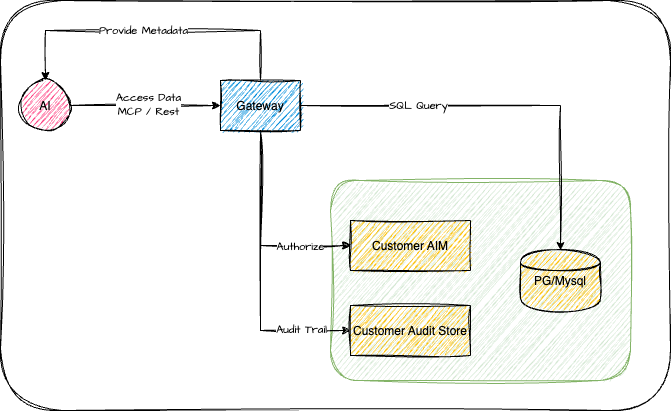
Before: assets/diagram.png, a diagram exported from draw.io (im360john/gateway). Source tidied: cells renumbered, new cells last; positions are measured from the earlier drawing's top-left corner, leaving out a move shared by most shapes.
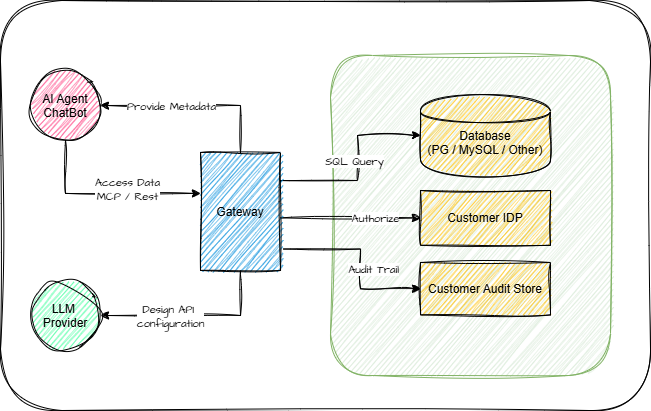
Above is the later version.

Diff of the diagram source:
```diff
@@ -3,68 +3,98 @@
     <mxCell id="0" />
     <mxCell id="1" parent="0" />
     <mxCell id="2" style="rounded=1;whiteSpace=wrap;html=1;sketch=1;hachureGap=4;jiggle=2;curveFitting=1;fontFamily=Architects Daughter;fontSource=https%3A%2F%2Ffonts.googleapis.com%2Fcss%3Ffamily%3DArchitects%2BDaughter;" parent="1" vertex="1">
-      <mxGeometry width="670" height="410" as="geometry" />
+      <mxGeometry x="10" width="650" height="410" as="geometry" />
     </mxCell>
     <mxCell id="3" style="rounded=1;fillColor=#d5e8d4;strokeColor=#82b366;sketch=1;curveFitting=1;jiggle=2;" parent="1" vertex="1">
-      <mxGeometry x="330" y="180" width="300" height="200" as="geometry" />
+      <mxGeometry x="340" y="55" width="280" height="320" as="geometry" />
     </mxCell>
     <mxCell id="4" value="Customer Audit Store" style="shape=rectangle;fillColor=#FFC107;strokeColor=black;sketch=1;curveFitting=1;jiggle=2;" parent="3" vertex="1">
-      <mxGeometry x="20" y="125" width="120" height="50" as="geometry" />
+      <mxGeometry x="90" y="207" width="130" height="52.4" as="geometry" />
     </mxCell>
-    <mxCell id="5" value="PG/Mysql" style="shape=cylinder;fillColor=#FFC107;strokeColor=black;sketch=1;curveFitting=1;jiggle=2;" parent="3" vertex="1">
-      <mxGeometry x="190" y="70" width="80" height="60" as="geometry" />
+    <mxCell id="5" value="&#10;Database&#10;(PG / MySQL / Other)" style="shape=cylinder;fillColor=#FFC107;strokeColor=black;sketch=1;curveFitting=1;jiggle=2;" parent="3" vertex="1">
+      <mxGeometry x="90" y="40" width="130" height="80" as="geometry" />
     </mxCell>
-    <mxCell id="6" value="Customer AIM" style="shape=rectangle;fillColor=#FFC107;strokeColor=black;sketch=1;curveFitting=1;jiggle=2;" parent="3" vertex="1">
-      <mxGeometry x="20" y="40" width="120" height="50" as="geometry" />
+    <mxCell id="6" value="Customer IDP" style="shape=rectangle;fillColor=#FFC107;strokeColor=black;sketch=1;curveFitting=1;jiggle=2;" parent="3" vertex="1">
+      <mxGeometry x="90" y="135" width="130" height="54.8" as="geometry" />
     </mxCell>
-    <mxCell id="7" style="edgeStyle=orthogonalEdgeStyle;rounded=0;jettySize=auto;html=1;entryX=0.5;entryY=0;entryDx=0;entryDy=0;sketch=1;curveFitting=1;jiggle=2;" parent="1" edge="1" source="13" target="5">
-      <mxGeometry relative="1" as="geometry" />
+    <mxCell id="7" style="edgeStyle=orthogonalEdgeStyle;rounded=0;jettySize=auto;html=1;entryX=0;entryY=0.5;entryDx=0;entryDy=0;sketch=1;curveFitting=1;jiggle=2;exitX=1;exitY=0.25;exitDx=0;exitDy=0;" parent="1" edge="1" source="13" target="5">
+      <mxGeometry relative="1" as="geometry">
+        <Array as="points">
+          <mxPoint x="367" y="180" />
+          <mxPoint x="367" y="135" />
+        </Array>
+      </mxGeometry>
     </mxCell>
     <mxCell id="8" value="SQL Query" style="edgeLabel;html=1;align=center;verticalAlign=middle;sketch=1;hachureGap=4;jiggle=2;curveFitting=1;fontFamily=Architects Daughter;fontSource=https%3A%2F%2Ffonts.googleapis.com%2Fcss%3Ffamily%3DArchitects%2BDaughter;" parent="7" vertex="1">
-      <mxGeometry x="-0.42" y="1" relative="1" as="geometry" />
+      <mxGeometry x="-0.42" y="1" relative="1" as="geometry">
+        <mxPoint x="21" y="-19" as="offset" />
+      </mxGeometry>
     </mxCell>
-    <mxCell id="9" style="edgeStyle=orthogonalEdgeStyle;rounded=0;jettySize=auto;html=1;entryX=0;entryY=0.5;entryDx=0;entryDy=0;sketch=1;curveFitting=1;jiggle=2;" parent="1" edge="1" source="13" target="4">
-      <mxGeometry relative="1" as="geometry">
-        <Array as="points">
-          <mxPoint x="260" y="330" />
-        </Array>
-      </mxGeometry>
-    </mxCell>
-    <mxCell id="10" value="Audit Trail" style="edgeLabel;html=1;align=center;verticalAlign=middle;sketch=1;hachureGap=4;jiggle=2;curveFitting=1;fontFamily=Architects Daughter;fontSource=https%3A%2F%2Ffonts.googleapis.com%2Fcss%3Ffamily%3DArchitects%2BDaughter;" parent="9" vertex="1">
-      <mxGeometry x="0.66" y="2" relative="1" as="geometry" />
-    </mxCell>
-    <mxCell id="11" style="edgeStyle=orthogonalEdgeStyle;rounded=0;jettySize=auto;html=1;entryX=0;entryY=0.5;entryDx=0;entryDy=0;sketch=1;curveFitting=1;jiggle=2;" parent="1" edge="1" source="13" target="6">
+    <mxCell id="11" style="edgeStyle=orthogonalEdgeStyle;rounded=0;jettySize=auto;html=1;sketch=1;curveFitting=1;jiggle=2;entryX=0;entryY=0.5;entryDx=0;entryDy=0;" parent="1" edge="1" source="13" target="6">
       <mxGeometry relative="1" as="geometry">
         <Array as="points">
-          <mxPoint x="260" y="245" />
+          <mxPoint x="280" y="237" />
         </Array>
       </mxGeometry>
     </mxCell>
     <mxCell id="12" value="Authorize" style="edgeLabel;html=1;align=center;verticalAlign=middle;sketch=1;hachureGap=4;jiggle=2;curveFitting=1;fontFamily=Architects Daughter;fontSource=https%3A%2F%2Ffonts.googleapis.com%2Fcss%3Ffamily%3DArchitects%2BDaughter;" parent="11" vertex="1">
-      <mxGeometry x="0.5" relative="1" as="geometry" />
+      <mxGeometry x="0.5" relative="1" as="geometry">
+        <mxPoint x="-11" as="offset" />
+      </mxGeometry>
     </mxCell>
     <mxCell id="13" value="Gateway" style="shape=rectangle;fillColor=#008CDB;strokeColor=black;sketch=1;curveFitting=1;jiggle=2;" parent="1" vertex="1">
-      <mxGeometry x="220" y="80" width="80" height="50" as="geometry" />
+      <mxGeometry x="210" y="152" width="80" height="118" as="geometry" />
     </mxCell>
-    <mxCell id="14" style="edgeStyle=orthogonalEdgeStyle;rounded=0;sketch=1;hachureGap=4;jiggle=2;curveFitting=1;jettySize=auto;html=1;entryX=0;entryY=0.5;entryDx=0;entryDy=0;fontFamily=Architects Daughter;fontSource=https%3A%2F%2Ffonts.googleapis.com%2Fcss%3Ffamily%3DArchitects%2BDaughter;" parent="1" edge="1" source="16" target="13">
-      <mxGeometry relative="1" as="geometry" />
+    <mxCell id="14" style="edgeStyle=orthogonalEdgeStyle;rounded=0;sketch=1;hachureGap=4;jiggle=2;curveFitting=1;jettySize=auto;html=1;fontFamily=Architects Daughter;fontSource=https%3A%2F%2Ffonts.googleapis.com%2Fcss%3Ffamily%3DArchitects%2BDaughter;exitX=0.5;exitY=1;exitDx=0;exitDy=0;entryX=0;entryY=0.347;entryDx=0;entryDy=0;entryPerimeter=0;" parent="1" edge="1" source="16" target="13">
+      <mxGeometry relative="1" as="geometry">
+        <Array as="points">
+          <mxPoint x="75" y="193" />
+        </Array>
+      </mxGeometry>
     </mxCell>
     <mxCell id="15" value="Access Data&lt;br&gt;MCP / Rest" style="edgeLabel;html=1;align=center;verticalAlign=middle;sketch=1;hachureGap=4;jiggle=2;curveFitting=1;fontFamily=Architects Daughter;fontSource=https%3A%2F%2Ffonts.googleapis.com%2Fcss%3Ffamily%3DArchitects%2BDaughter;" parent="14" vertex="1">
-      <mxGeometry x="0.03" y="2" relative="1" as="geometry" />
+      <mxGeometry x="0.03" y="2" relative="1" as="geometry">
+        <mxPoint x="18" y="-2" as="offset" />
+      </mxGeometry>
     </mxCell>
-    <mxCell id="16" value="AI" style="shape=ellipse;fillColor=#FF4081;strokeColor=black;sketch=1;curveFitting=1;jiggle=2;" parent="1" vertex="1">
-      <mxGeometry x="20" y="80" width="50" height="50" as="geometry" />
+    <mxCell id="16" value="AI Agent&#10;ChatBot" style="shape=ellipse;fillColor=#FF4081;strokeColor=black;sketch=1;curveFitting=1;jiggle=2;" parent="1" vertex="1">
+      <mxGeometry x="40" y="70" width="70" height="70" as="geometry" />
     </mxCell>
-    <mxCell id="17" style="edgeStyle=orthogonalEdgeStyle;rounded=0;sketch=1;hachureGap=4;jiggle=2;curveFitting=1;jettySize=auto;html=1;entryX=0.5;entryY=0;entryDx=0;entryDy=0;fontFamily=Architects Daughter;fontSource=https%3A%2F%2Ffonts.googleapis.com%2Fcss%3Ffamily%3DArchitects%2BDaughter;" parent="1" edge="1" source="13" target="16">
+    <mxCell id="17" style="edgeStyle=orthogonalEdgeStyle;rounded=0;sketch=1;hachureGap=4;jiggle=2;curveFitting=1;jettySize=auto;html=1;entryX=1;entryY=0.5;entryDx=0;entryDy=0;fontFamily=Architects Daughter;fontSource=https%3A%2F%2Ffonts.googleapis.com%2Fcss%3Ffamily%3DArchitects%2BDaughter;exitX=0.5;exitY=0;exitDx=0;exitDy=0;" parent="1" edge="1" source="13" target="16">
       <mxGeometry relative="1" as="geometry">
         <Array as="points">
-          <mxPoint x="260" y="30" />
-          <mxPoint x="45" y="30" />
+          <mxPoint x="250" y="105" />
         </Array>
       </mxGeometry>
     </mxCell>
     <mxCell id="18" value="Provide Metadata" style="edgeLabel;html=1;align=center;verticalAlign=middle;sketch=1;hachureGap=4;jiggle=2;curveFitting=1;fontFamily=Architects Daughter;fontSource=https%3A%2F%2Ffonts.googleapis.com%2Fcss%3Ffamily%3DArchitects%2BDaughter;" parent="17" vertex="1">
-      <mxGeometry x="0.07" y="-1" relative="1" as="geometry" />
+      <mxGeometry x="0.07" y="-1" relative="1" as="geometry">
+        <mxPoint x="-17" y="1" as="offset" />
+      </mxGeometry>
     </mxCell>
+    <mxCell id="19" value="LLM &#10;Provider" style="shape=ellipse;fillColor=#40ff9c;strokeColor=black;sketch=1;curveFitting=1;jiggle=2;" parent="1" vertex="1">
+      <mxGeometry x="40" y="280" width="70" height="70" as="geometry" />
+    </mxCell>
+    <mxCell id="20" style="edgeStyle=orthogonalEdgeStyle;rounded=0;sketch=1;hachureGap=4;jiggle=2;curveFitting=1;jettySize=auto;html=1;fontFamily=Architects Daughter;fontSource=https%3A%2F%2Ffonts.googleapis.com%2Fcss%3Ffamily%3DArchitects%2BDaughter;exitX=0.5;exitY=1;exitDx=0;exitDy=0;entryX=1;entryY=0.5;entryDx=0;entryDy=0;" parent="1" edge="1" source="13" target="19">
+      <mxGeometry relative="1" as="geometry" />
+    </mxCell>
+    <mxCell id="21" value="Design API&amp;nbsp;&lt;div&gt;configuration&lt;/div&gt;" style="edgeLabel;html=1;align=center;verticalAlign=middle;sketch=1;hachureGap=4;jiggle=2;curveFitting=1;fontFamily=Architects Daughter;fontSource=https%3A%2F%2Ffonts.googleapis.com%2Fcss%3Ffamily%3DArchitects%2BDaughter;" parent="20" vertex="1">
+      <mxGeometry x="0.03" y="2" relative="1" as="geometry">
+        <mxPoint x="-21" y="-2" as="offset" />
+      </mxGeometry>
+    </mxCell>
+    <mxCell id="9" style="edgeStyle=orthogonalEdgeStyle;rounded=0;jettySize=auto;html=1;entryX=0;entryY=0.5;entryDx=0;entryDy=0;sketch=1;curveFitting=1;jiggle=2;exitX=1.038;exitY=0.818;exitDx=0;exitDy=0;exitPerimeter=0;" parent="1" edge="1" source="13" target="4">
+      <mxGeometry relative="1" as="geometry">
+        <Array as="points">
+          <mxPoint x="370" y="249" />
+          <mxPoint x="370" y="288" />
+        </Array>
+      </mxGeometry>
+    </mxCell>
+    <mxCell id="10" value="Audit Trail" style="edgeLabel;html=1;align=center;verticalAlign=middle;sketch=1;hachureGap=4;jiggle=2;curveFitting=1;fontFamily=Architects Daughter;fontSource=https%3A%2F%2Ffonts.googleapis.com%2Fcss%3Ffamily%3DArchitects%2BDaughter;" parent="9" vertex="1">
+      <mxGeometry x="-0.42" y="1" relative="1" as="geometry">
+        <mxPoint x="38" y="21" as="offset" />
+      </mxGeometry>
+    </mxCell>
   </root>
 </mxGraphModel>
```
